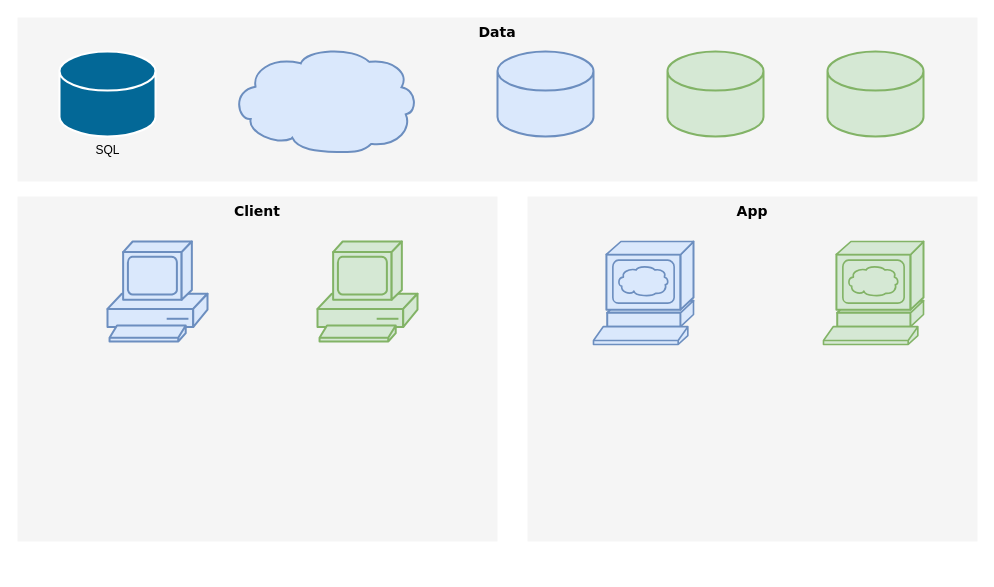
xxipocima/TestPHPGenesis keeps this draw.io diagram as Untitled Diagram.drawio. Above is the earlier version. Source tidied: cells renumbered, new cells numbered last; positions are measured from the earlier drawing's top-left corner, leaving out a move shared by most shapes. Both pictures are drawn from the tidied source at 100%, with x=0, y=0 at pixel (17, 17).
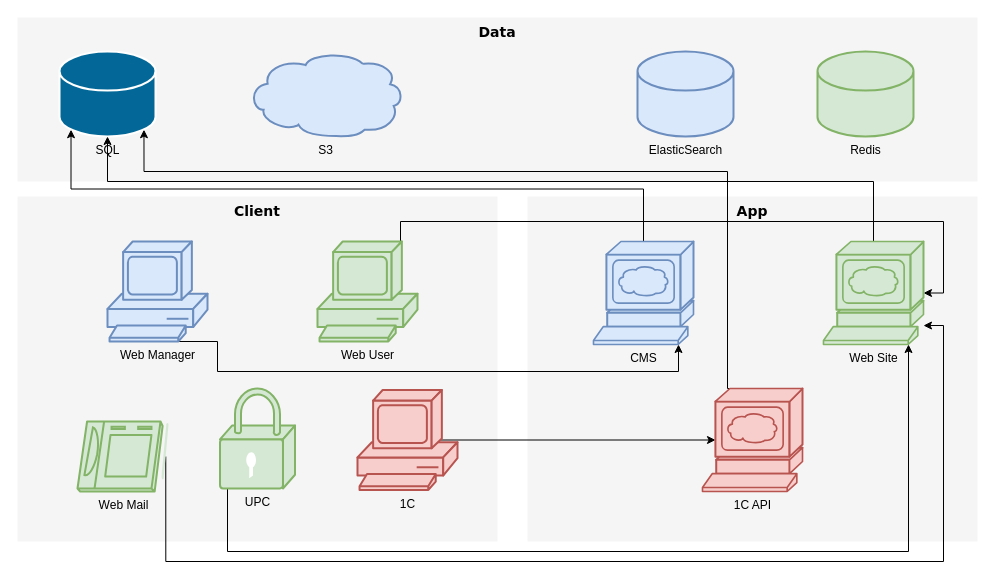
After the change.

The change refers to these unchanged cells:
```xml
<mxCell id="38" value="SQL" style="shape=mxgraph.cisco.storage.relational_database;html=1;dashed=0;fillColor=#036897;strokeColor=#ffffff;strokeWidth=2;verticalLabelPosition=bottom;verticalAlign=top;align=center;outlineConnect=0;" parent="1" vertex="1">
  <mxGeometry x="42" y="34" width="96" height="85" as="geometry" />
</mxCell>
```

Diff of the diagram source:
```diff
@@
-    <mxCell id="39" style="shape=mxgraph.cisco.storage.relational_database;html=1;dashed=0;fillColor=#dae8fc;strokeColor=#6c8ebf;strokeWidth=2;verticalLabelPosition=bottom;verticalAlign=top;align=center;" parent="1" vertex="1">
-      <mxGeometry x="480" y="34" width="96" height="85" as="geometry" />
+    <mxCell id="39" value="ElasticSearch" style="shape=mxgraph.cisco.storage.relational_database;html=1;dashed=0;fillColor=#dae8fc;strokeColor=#6c8ebf;strokeWidth=2;verticalLabelPosition=bottom;verticalAlign=top;align=center;" parent="1" vertex="1">
+      <mxGeometry x="620" y="34" width="96" height="85" as="geometry" />
     </mxCell>
-    <mxCell id="40" style="shape=mxgraph.cisco.storage.relational_database;html=1;dashed=0;fillColor=#d5e8d4;strokeColor=#82b366;strokeWidth=2;verticalLabelPosition=bottom;verticalAlign=top;align=center;" parent="1" vertex="1">
-      <mxGeometry x="650" y="34" width="96" height="85" as="geometry" />
+    <mxCell id="40" value="Redis" style="shape=mxgraph.cisco.storage.relational_database;html=1;dashed=0;fillColor=#d5e8d4;strokeColor=#82b366;strokeWidth=2;verticalLabelPosition=bottom;verticalAlign=top;align=center;" parent="1" vertex="1">
+      <mxGeometry x="800" y="34" width="96" height="85" as="geometry" />
     </mxCell>
-    <mxCell id="41" style="shape=mxgraph.cisco.storage.relational_database;html=1;dashed=0;fillColor=#d5e8d4;strokeColor=#82b366;strokeWidth=2;verticalLabelPosition=bottom;verticalAlign=top;align=center;" parent="1" vertex="1">
-      <mxGeometry x="810" y="34" width="96" height="85" as="geometry" />
-    </mxCell>
+    <mxCell id="47" style="edgeStyle=orthogonalEdgeStyle;rounded=0;jettySize=auto;html=1;exitX=0.5;exitY=1;exitDx=0;exitDy=0;exitPerimeter=0;entryX=0.85;entryY=1;entryDx=0;entryDy=0;entryPerimeter=0;" parent="1" edge="1" source="42" target="44">
+      <mxGeometry relative="1" as="geometry">
+        <Array as="points">
+          <mxPoint x="200" y="324" />
+          <mxPoint x="200" y="354" />
+          <mxPoint x="661" y="354" />
+        </Array>
+      </mxGeometry>
+    </mxCell>
-    <mxCell id="42" style="shape=mxgraph.cisco.computers_and_peripherals.pc;html=1;dashed=0;fillColor=#dae8fc;strokeColor=#6c8ebf;strokeWidth=2;verticalLabelPosition=bottom;verticalAlign=top;align=center;outlineConnect=0;" parent="1" vertex="1">
+    <mxCell id="42" value="Web Manager" style="shape=mxgraph.cisco.computers_and_peripherals.pc;html=1;dashed=0;fillColor=#dae8fc;strokeColor=#6c8ebf;strokeWidth=2;verticalLabelPosition=bottom;verticalAlign=top;align=center;outlineConnect=0;" parent="1" vertex="1">
       <mxGeometry x="90" y="224" width="100" height="100" as="geometry" />
     </mxCell>
+    <mxCell id="48" style="edgeStyle=orthogonalEdgeStyle;rounded=0;jettySize=auto;html=1;exitX=0.83;exitY=0.5;exitDx=0;exitDy=0;exitPerimeter=0;entryX=1;entryY=0.5;entryDx=0;entryDy=0;entryPerimeter=0;" parent="1" edge="1" source="43" target="45">
+      <mxGeometry relative="1" as="geometry">
+        <Array as="points">
+          <mxPoint x="383" y="204" />
+          <mxPoint x="926" y="204" />
+          <mxPoint x="926" y="276" />
+        </Array>
+      </mxGeometry>
+    </mxCell>
-    <mxCell id="43" style="shape=mxgraph.cisco.computers_and_peripherals.pc;html=1;dashed=0;fillColor=#d5e8d4;strokeColor=#82b366;strokeWidth=2;verticalLabelPosition=bottom;verticalAlign=top;align=center;outlineConnect=0;" parent="1" vertex="1">
+    <mxCell id="43" value="Web User" style="shape=mxgraph.cisco.computers_and_peripherals.pc;html=1;dashed=0;fillColor=#d5e8d4;strokeColor=#82b366;strokeWidth=2;verticalLabelPosition=bottom;verticalAlign=top;align=center;outlineConnect=0;" parent="1" vertex="1">
       <mxGeometry x="300" y="224" width="100" height="100" as="geometry" />
     </mxCell>
+    <mxCell id="49" style="edgeStyle=orthogonalEdgeStyle;rounded=0;jettySize=auto;html=1;exitX=0.5;exitY=0;exitDx=0;exitDy=0;exitPerimeter=0;entryX=0.12;entryY=0.92;entryDx=0;entryDy=0;entryPerimeter=0;" parent="1" edge="1" source="44" target="38">
+      <mxGeometry relative="1" as="geometry" />
+    </mxCell>
-    <mxCell id="44" style="shape=mxgraph.cisco.servers.www_server;html=1;dashed=0;fillColor=#dae8fc;strokeColor=#6c8ebf;strokeWidth=2;verticalLabelPosition=bottom;verticalAlign=top;align=center;outlineConnect=0;" parent="1" vertex="1">
+    <mxCell id="44" value="CMS" style="shape=mxgraph.cisco.servers.www_server;html=1;dashed=0;fillColor=#dae8fc;strokeColor=#6c8ebf;strokeWidth=2;verticalLabelPosition=bottom;verticalAlign=top;align=center;outlineConnect=0;" parent="1" vertex="1">
       <mxGeometry x="576" y="224" width="100" height="103" as="geometry" />
     </mxCell>
+    <mxCell id="50" style="edgeStyle=orthogonalEdgeStyle;rounded=0;jettySize=auto;html=1;exitX=0.5;exitY=0;exitDx=0;exitDy=0;exitPerimeter=0;entryX=0.5;entryY=1;entryDx=0;entryDy=0;entryPerimeter=0;" parent="1" edge="1" source="45" target="38">
+      <mxGeometry relative="1" as="geometry">
+        <Array as="points">
+          <mxPoint x="856" y="164" />
+          <mxPoint x="90" y="164" />
+        </Array>
+      </mxGeometry>
+    </mxCell>
-    <mxCell id="45" style="shape=mxgraph.cisco.servers.www_server;html=1;dashed=0;fillColor=#d5e8d4;strokeColor=#82b366;strokeWidth=2;verticalLabelPosition=bottom;verticalAlign=top;align=center;outlineConnect=0;" parent="1" vertex="1">
+    <mxCell id="45" value="Web Site" style="shape=mxgraph.cisco.servers.www_server;html=1;dashed=0;fillColor=#d5e8d4;strokeColor=#82b366;strokeWidth=2;verticalLabelPosition=bottom;verticalAlign=top;align=center;outlineConnect=0;" parent="1" vertex="1">
       <mxGeometry x="806" y="224" width="100" height="103" as="geometry" />
     </mxCell>
-    <mxCell id="46" style="shape=mxgraph.cisco.storage.cloud;html=1;dashed=0;fillColor=#dae8fc;strokeColor=#6c8ebf;strokeWidth=2;verticalLabelPosition=bottom;verticalAlign=top;align=center;" parent="1" vertex="1">
-      <mxGeometry x="214" y="29" width="186" height="106" as="geometry" />
+    <mxCell id="46" value="S3" style="shape=mxgraph.cisco.storage.cloud;html=1;dashed=0;fillColor=#dae8fc;strokeColor=#6c8ebf;strokeWidth=2;verticalLabelPosition=bottom;verticalAlign=top;align=center;" parent="1" vertex="1">
+      <mxGeometry x="230" y="34" width="156" height="85" as="geometry" />
     </mxCell>
+    <mxCell id="51" style="edgeStyle=orthogonalEdgeStyle;rounded=0;jettySize=auto;html=1;exitX=0.83;exitY=0.5;exitDx=0;exitDy=0;exitPerimeter=0;entryX=0.13;entryY=0.5;entryDx=0;entryDy=0;entryPerimeter=0;" parent="1" edge="1" source="52" target="54">
+      <mxGeometry relative="1" as="geometry" />
+    </mxCell>
+    <mxCell id="52" value="1C" style="shape=mxgraph.cisco.computers_and_peripherals.pc;html=1;dashed=0;fillColor=#f8cecc;strokeColor=#b85450;strokeWidth=2;verticalLabelPosition=bottom;verticalAlign=top;align=center;outlineConnect=0;" parent="1" vertex="1">
+      <mxGeometry x="340" y="372.5" width="100" height="100" as="geometry" />
+    </mxCell>
+    <mxCell id="53" style="edgeStyle=orthogonalEdgeStyle;rounded=0;jettySize=auto;html=1;exitX=0.5;exitY=0;exitDx=0;exitDy=0;exitPerimeter=0;entryX=0.88;entryY=0.92;entryDx=0;entryDy=0;entryPerimeter=0;" parent="1" edge="1" source="54" target="38">
+      <mxGeometry relative="1" as="geometry">
+        <Array as="points">
+          <mxPoint x="710" y="371" />
+          <mxPoint x="710" y="154" />
+          <mxPoint x="127" y="154" />
+        </Array>
+      </mxGeometry>
+    </mxCell>
+    <mxCell id="54" value="1C API" style="shape=mxgraph.cisco.servers.www_server;html=1;dashed=0;fillColor=#f8cecc;strokeColor=#b85450;strokeWidth=2;verticalLabelPosition=bottom;verticalAlign=top;align=center;outlineConnect=0;" parent="1" vertex="1">
+      <mxGeometry x="685" y="371" width="100" height="103" as="geometry" />
+    </mxCell>
+    <mxCell id="55" style="edgeStyle=orthogonalEdgeStyle;rounded=0;jettySize=auto;html=1;exitX=1;exitY=0.5;exitDx=0;exitDy=0;exitPerimeter=0;entryX=0.85;entryY=1;entryDx=0;entryDy=0;entryPerimeter=0;" parent="1" edge="1" source="56" target="45">
+      <mxGeometry relative="1" as="geometry">
+        <Array as="points">
+          <mxPoint x="210" y="421" />
+          <mxPoint x="210" y="534" />
+          <mxPoint x="891" y="534" />
+        </Array>
+      </mxGeometry>
+    </mxCell>
+    <mxCell id="56" value="UPC" style="shape=mxgraph.cisco.security.lock;html=1;dashed=0;fillColor=#d5e8d4;strokeColor=#82b366;strokeWidth=2;verticalLabelPosition=bottom;verticalAlign=top;align=center;outlineConnect=0;" parent="1" vertex="1">
+      <mxGeometry x="202.5" y="371" width="75" height="100" as="geometry" />
+    </mxCell>
+    <mxCell id="57" style="edgeStyle=orthogonalEdgeStyle;rounded=0;jettySize=auto;html=1;exitX=0.97;exitY=0.5;exitDx=0;exitDy=0;exitPerimeter=0;entryX=1;entryY=0.816;entryDx=0;entryDy=0;entryPerimeter=0;" parent="1" edge="1" source="58" target="45">
+      <mxGeometry relative="1" as="geometry">
+        <Array as="points">
+          <mxPoint x="148" y="544" />
+          <mxPoint x="926" y="544" />
+          <mxPoint x="926" y="308" />
+        </Array>
+      </mxGeometry>
+    </mxCell>
+    <mxCell id="58" value="Web Mail" style="shape=mxgraph.cisco.computers_and_peripherals.tablet;html=1;dashed=0;fillColor=#d5e8d4;strokeColor=#82b366;strokeWidth=2;verticalLabelPosition=bottom;verticalAlign=top;align=center;outlineConnect=0;" parent="1" vertex="1">
+      <mxGeometry x="60" y="404" width="91" height="70" as="geometry" />
+    </mxCell>
```
